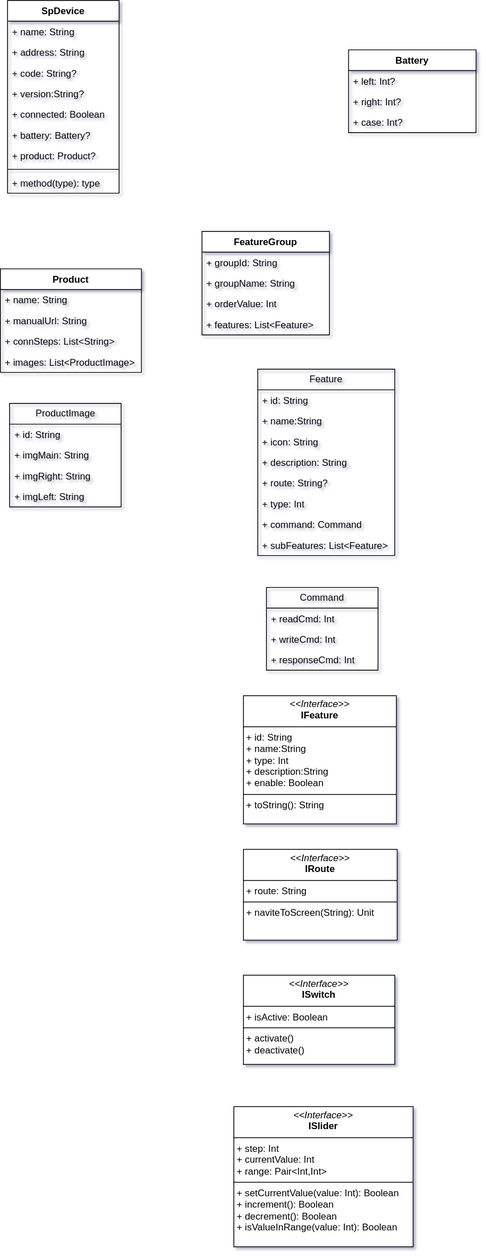
Earlier version of the draw.io export 未命名绘图.drawio.svg (kekemao00/draw-libs). Source tidied: cells renumbered, new cells last; positions are measured from the earlier drawing's top-left corner, leaving out a move shared by most shapes.
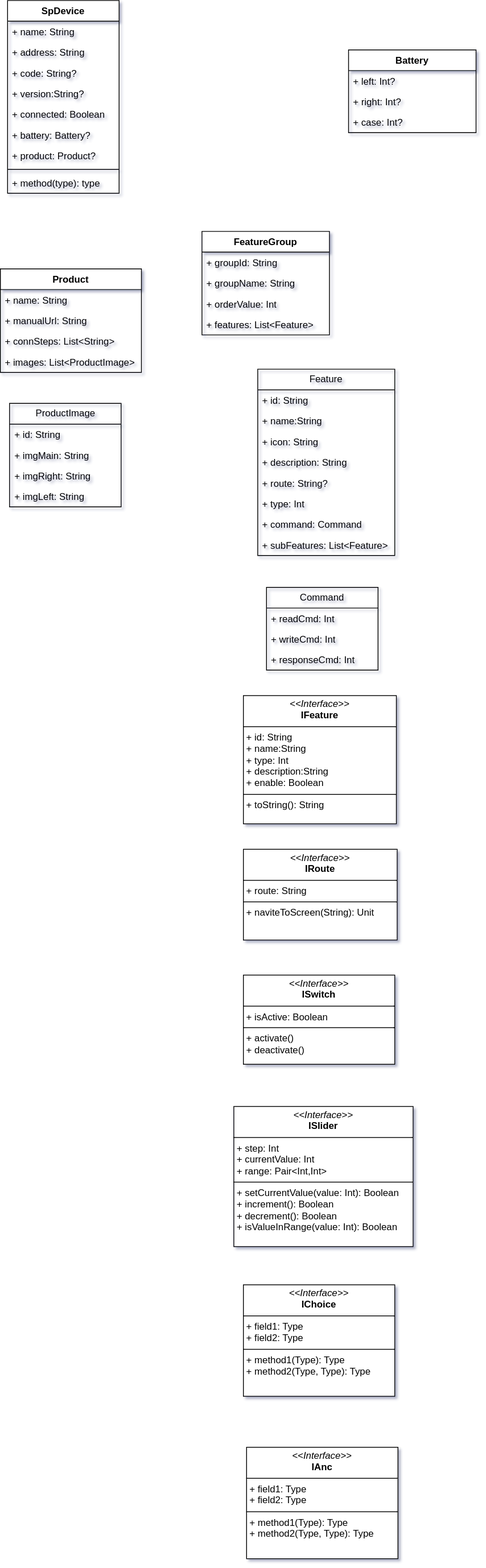
Later version of the same file.

Commit message:
更新未命名绘图.drawio.svg

What changed in the source:
```diff
@@ -140,5 +140,11 @@
     <mxCell id="47" value="&lt;p style=&quot;margin:0px;margin-top:4px;text-align:center;&quot;&gt;&lt;i&gt;&amp;lt;&amp;lt;Interface&amp;gt;&amp;gt;&lt;/i&gt;&lt;br&gt;&lt;b&gt;ISlider&lt;/b&gt;&lt;/p&gt;&lt;hr size=&quot;1&quot; style=&quot;border-style:solid;&quot;&gt;&lt;p style=&quot;margin:0px;margin-left:4px;&quot;&gt;+&amp;nbsp;step: Int&lt;br&gt;+&amp;nbsp;currentValue: Int&lt;br&gt;+ range: Pair&amp;lt;Int,Int&amp;gt;&lt;/p&gt;&lt;hr size=&quot;1&quot; style=&quot;border-style:solid;&quot;&gt;&lt;p style=&quot;margin:0px;margin-left:4px;&quot;&gt;+ setCurrentValue(value: Int): Boolean&lt;/p&gt;&lt;p style=&quot;margin:0px;margin-left:4px;&quot;&gt;+ increment(): Boolean&lt;/p&gt;&lt;p style=&quot;margin:0px;margin-left:4px;&quot;&gt;+ decrement(): Boolean&lt;/p&gt;&lt;p style=&quot;margin:0px;margin-left:4px;&quot;&gt;+ isValueInRange(value: Int): Boolean&lt;/p&gt;" style="verticalAlign=top;align=left;overflow=fill;html=1;whiteSpace=wrap;" parent="1" vertex="1">
       <mxGeometry x="293" y="1389" width="225" height="176" as="geometry" />
     </mxCell>
+    <mxCell id="48" value="&lt;p style=&quot;margin:0px;margin-top:4px;text-align:center;&quot;&gt;&lt;i&gt;&amp;lt;&amp;lt;Interface&amp;gt;&amp;gt;&lt;/i&gt;&lt;br&gt;&lt;b&gt;IChoice&lt;/b&gt;&lt;/p&gt;&lt;hr size=&quot;1&quot; style=&quot;border-style:solid;&quot;&gt;&lt;p style=&quot;margin:0px;margin-left:4px;&quot;&gt;+ field1: Type&lt;br&gt;+ field2: Type&lt;/p&gt;&lt;hr size=&quot;1&quot; style=&quot;border-style:solid;&quot;&gt;&lt;p style=&quot;margin:0px;margin-left:4px;&quot;&gt;+ method1(Type): Type&lt;br&gt;+ method2(Type, Type): Type&lt;/p&gt;" style="verticalAlign=top;align=left;overflow=fill;html=1;whiteSpace=wrap;" parent="1" vertex="1">
+      <mxGeometry x="305" y="1613" width="190" height="140" as="geometry" />
+    </mxCell>
+    <mxCell id="49" value="&lt;p style=&quot;margin:0px;margin-top:4px;text-align:center;&quot;&gt;&lt;i&gt;&amp;lt;&amp;lt;Interface&amp;gt;&amp;gt;&lt;/i&gt;&lt;br&gt;&lt;b&gt;IAnc&lt;/b&gt;&lt;/p&gt;&lt;hr size=&quot;1&quot; style=&quot;border-style:solid;&quot;&gt;&lt;p style=&quot;margin:0px;margin-left:4px;&quot;&gt;+ field1: Type&lt;br&gt;+ field2: Type&lt;/p&gt;&lt;hr size=&quot;1&quot; style=&quot;border-style:solid;&quot;&gt;&lt;p style=&quot;margin:0px;margin-left:4px;&quot;&gt;+ method1(Type): Type&lt;br&gt;+ method2(Type, Type): Type&lt;/p&gt;" style="verticalAlign=top;align=left;overflow=fill;html=1;whiteSpace=wrap;" parent="1" vertex="1">
+      <mxGeometry x="309" y="1817" width="190" height="140" as="geometry" />
+    </mxCell>
   </root>
 </mxGraphModel>
```
